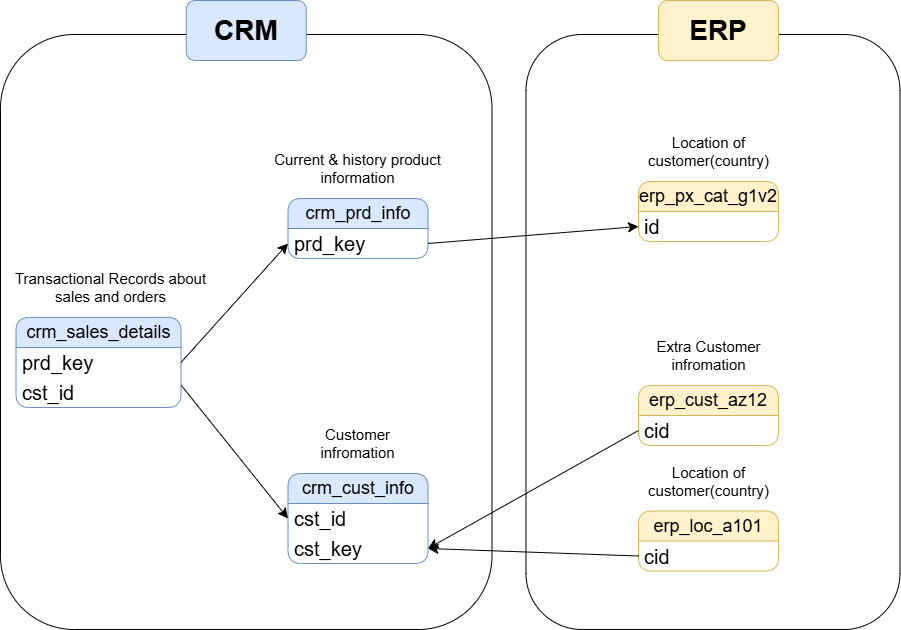
Above: Docs/Data_integration.drawio.png in Anushka-Srivastava159/SQL (draw.io), before the change. Source tidied: cells renumbered, new cells last; positions are measured from the earlier drawing's top-left corner, leaving out a move shared by most shapes. The source it was exported from:
```xml
<mxGraphModel>
  <root>
    <mxCell id="0" />
    <mxCell id="1" parent="0" />
    <mxCell id="2" value="crm_cust_info" style="swimlane;fontStyle=0;horizontal=1;startSize=30;whiteSpace=wrap;html=1;rounded=1;fontSize=18;fillColor=#dae8fc;strokeColor=#6c8ebf;" parent="1" vertex="1">
      <mxGeometry x="287.5" y="473" width="140" height="90" as="geometry" />
    </mxCell>
    <mxCell id="3" value="cst_id" style="text;strokeColor=none;fillColor=none;align=left;verticalAlign=middle;spacingLeft=4;spacingRight=4;overflow=hidden;points=[[0,0.5],[1,0.5]];portConstraint=eastwest;whiteSpace=wrap;html=1;rounded=1;fontSize=20;" parent="2" vertex="1">
      <mxGeometry y="30" width="140" height="30" as="geometry" />
    </mxCell>
    <mxCell id="4" value="cst_key" style="text;strokeColor=none;fillColor=none;align=left;verticalAlign=middle;spacingLeft=4;spacingRight=4;overflow=hidden;points=[[0,0.5],[1,0.5]];portConstraint=eastwest;whiteSpace=wrap;html=1;rounded=1;fontSize=20;" parent="2" vertex="1">
      <mxGeometry y="60" width="140" height="30" as="geometry" />
    </mxCell>
    <mxCell id="5" value="erp_cust_az12" style="swimlane;fontStyle=0;horizontal=1;startSize=30;whiteSpace=wrap;html=1;rounded=1;fontSize=18;fillColor=#fff2cc;strokeColor=#d6b656;" parent="1" vertex="1">
      <mxGeometry x="638" y="385" width="140" height="60" as="geometry" />
    </mxCell>
    <mxCell id="6" value="cid" style="text;strokeColor=none;fillColor=none;align=left;verticalAlign=middle;spacingLeft=4;spacingRight=4;overflow=hidden;points=[[0,0.5],[1,0.5]];portConstraint=eastwest;whiteSpace=wrap;html=1;rounded=1;fontSize=20;" parent="5" vertex="1">
      <mxGeometry y="30" width="140" height="30" as="geometry" />
    </mxCell>
    <mxCell id="7" value="erp_loc_a101" style="swimlane;fontStyle=0;horizontal=1;startSize=30;whiteSpace=wrap;html=1;rounded=1;fontSize=18;fillColor=#fff2cc;strokeColor=#d6b656;" parent="1" vertex="1">
      <mxGeometry x="638" y="510.5" width="140" height="60" as="geometry" />
    </mxCell>
    <mxCell id="8" value="cid" style="text;strokeColor=none;fillColor=none;align=left;verticalAlign=middle;spacingLeft=4;spacingRight=4;overflow=hidden;points=[[0,0.5],[1,0.5]];portConstraint=eastwest;whiteSpace=wrap;html=1;rounded=1;fontSize=20;" parent="7" vertex="1">
      <mxGeometry y="30" width="140" height="30" as="geometry" />
    </mxCell>
    <mxCell id="9" value="erp_px_cat_g1v2" style="swimlane;fontStyle=0;horizontal=1;startSize=30;whiteSpace=wrap;html=1;rounded=1;fontSize=18;fillColor=#fff2cc;strokeColor=#d6b656;" parent="1" vertex="1">
      <mxGeometry x="638" y="181" width="140" height="60" as="geometry" />
    </mxCell>
    <mxCell id="10" value="id" style="text;strokeColor=none;fillColor=none;align=left;verticalAlign=middle;spacingLeft=4;spacingRight=4;overflow=hidden;points=[[0,0.5],[1,0.5]];portConstraint=eastwest;whiteSpace=wrap;html=1;rounded=1;fontSize=20;" parent="9" vertex="1">
      <mxGeometry y="30" width="140" height="30" as="geometry" />
    </mxCell>
    <mxCell id="11" value="&lt;font style=&quot;font-size: 15px;&quot;&gt;Customer infromation&lt;/font&gt;" style="text;html=1;whiteSpace=wrap;strokeColor=none;fillColor=none;align=center;verticalAlign=middle;rounded=0;" parent="1" vertex="1">
      <mxGeometry x="298" y="428" width="119" height="30" as="geometry" />
    </mxCell>
    <mxCell id="12" value="&lt;font style=&quot;font-size: 15px;&quot;&gt;Extra Customer infromation&lt;/font&gt;" style="text;html=1;whiteSpace=wrap;strokeColor=none;fillColor=none;align=center;verticalAlign=middle;rounded=0;" parent="1" vertex="1">
      <mxGeometry x="648.5" y="340" width="119" height="30" as="geometry" />
    </mxCell>
    <mxCell id="13" value="&lt;font style=&quot;font-size: 15px;&quot;&gt;Location of customer(country)&lt;/font&gt;" style="text;html=1;whiteSpace=wrap;strokeColor=none;fillColor=none;align=center;verticalAlign=middle;rounded=0;" parent="1" vertex="1">
      <mxGeometry x="648.5" y="465.5" width="119" height="30" as="geometry" />
    </mxCell>
    <mxCell id="14" value="&lt;font style=&quot;font-size: 15px;&quot;&gt;Location of customer(country)&lt;/font&gt;" style="text;html=1;whiteSpace=wrap;strokeColor=none;fillColor=none;align=center;verticalAlign=middle;rounded=0;" parent="1" vertex="1">
      <mxGeometry x="648.5" y="136" width="119" height="30" as="geometry" />
    </mxCell>
    <mxCell id="15" value="crm_prd_info" style="swimlane;fontStyle=0;horizontal=1;startSize=30;whiteSpace=wrap;html=1;rounded=1;fontSize=18;fillColor=#dae8fc;strokeColor=#6c8ebf;" parent="1" vertex="1">
      <mxGeometry x="287.5" y="198" width="140" height="60" as="geometry" />
    </mxCell>
    <mxCell id="16" value="prd_key" style="text;strokeColor=none;fillColor=none;align=left;verticalAlign=middle;spacingLeft=4;spacingRight=4;overflow=hidden;points=[[0,0.5],[1,0.5]];portConstraint=eastwest;whiteSpace=wrap;html=1;rounded=1;fontSize=20;" parent="15" vertex="1">
      <mxGeometry y="30" width="140" height="30" as="geometry" />
    </mxCell>
    <mxCell id="17" value="&lt;font style=&quot;font-size: 15px;&quot;&gt;Current &amp;amp; history product information&lt;/font&gt;" style="text;html=1;whiteSpace=wrap;strokeColor=none;fillColor=none;align=center;verticalAlign=middle;rounded=0;" parent="1" vertex="1">
      <mxGeometry x="247" y="153" width="221" height="30" as="geometry" />
    </mxCell>
    <mxCell id="18" style="edgeStyle=none;curved=1;rounded=0;jettySize=auto;html=1;exitX=1;exitY=0.75;exitDx=0;exitDy=0;entryX=0;entryY=0.5;entryDx=0;entryDy=0;fontSize=12;startSize=8;endSize=8;" parent="1" edge="1" source="19" target="3">
      <mxGeometry relative="1" as="geometry" />
    </mxCell>
    <mxCell id="19" value="crm_sales_details" style="swimlane;fontStyle=0;horizontal=1;startSize=30;whiteSpace=wrap;html=1;rounded=1;fontSize=18;fillColor=#dae8fc;strokeColor=#6c8ebf;" parent="1" vertex="1">
      <mxGeometry x="15.5" y="317" width="165" height="90" as="geometry" />
    </mxCell>
    <mxCell id="20" value="prd_key" style="text;strokeColor=none;fillColor=none;align=left;verticalAlign=middle;spacingLeft=4;spacingRight=4;overflow=hidden;points=[[0,0.5],[1,0.5]];portConstraint=eastwest;whiteSpace=wrap;html=1;rounded=1;fontSize=20;" parent="19" vertex="1">
      <mxGeometry y="30" width="165" height="30" as="geometry" />
    </mxCell>
    <mxCell id="21" value="cst_id" style="text;strokeColor=none;fillColor=none;align=left;verticalAlign=middle;spacingLeft=4;spacingRight=4;overflow=hidden;points=[[0,0.5],[1,0.5]];portConstraint=eastwest;whiteSpace=wrap;html=1;rounded=1;fontSize=20;" parent="19" vertex="1">
      <mxGeometry y="60" width="165" height="30" as="geometry" />
    </mxCell>
    <mxCell id="22" value="&lt;font style=&quot;font-size: 15px;&quot;&gt;Transactional Records about sales and orders&lt;/font&gt;" style="text;html=1;whiteSpace=wrap;strokeColor=none;fillColor=none;align=center;verticalAlign=middle;rounded=0;" parent="1" vertex="1">
      <mxGeometry y="272" width="221" height="30" as="geometry" />
    </mxCell>
    <mxCell id="23" style="edgeStyle=none;curved=1;rounded=0;jettySize=auto;html=1;exitX=1;exitY=0.5;exitDx=0;exitDy=0;entryX=0;entryY=0.5;entryDx=0;entryDy=0;fontSize=12;startSize=8;endSize=8;" parent="1" edge="1" source="20" target="16">
      <mxGeometry relative="1" as="geometry" />
    </mxCell>
    <mxCell id="24" style="edgeStyle=none;curved=1;rounded=0;jettySize=auto;html=1;exitX=0;exitY=0.5;exitDx=0;exitDy=0;entryX=1;entryY=0.5;entryDx=0;entryDy=0;fontSize=12;startSize=8;endSize=8;" parent="1" edge="1" source="6" target="4">
      <mxGeometry relative="1" as="geometry" />
    </mxCell>
    <mxCell id="25" style="edgeStyle=none;curved=1;rounded=0;jettySize=auto;html=1;exitX=0;exitY=0.5;exitDx=0;exitDy=0;entryX=1;entryY=0.5;entryDx=0;entryDy=0;fontSize=12;startSize=8;endSize=8;" parent="1" edge="1" source="8" target="4">
      <mxGeometry relative="1" as="geometry" />
    </mxCell>
    <mxCell id="26" style="edgeStyle=none;curved=1;rounded=0;jettySize=auto;html=1;exitX=1;exitY=0.5;exitDx=0;exitDy=0;entryX=0;entryY=0.5;entryDx=0;entryDy=0;fontSize=12;startSize=8;endSize=8;" parent="1" edge="1" source="16" target="10">
      <mxGeometry relative="1" as="geometry" />
    </mxCell>
    <mxCell id="27" style="rounded=1;whiteSpace=wrap;html=1;fillColor=none;" parent="1" vertex="1">
      <mxGeometry y="34" width="491.5" height="595" as="geometry" />
    </mxCell>
    <mxCell id="28" style="rounded=1;whiteSpace=wrap;html=1;fillColor=none;" parent="1" vertex="1">
      <mxGeometry x="525.5" y="34" width="374" height="595" as="geometry" />
    </mxCell>
    <mxCell id="29" value="CRM" style="rounded=1;whiteSpace=wrap;html=1;fillColor=#dae8fc;strokeColor=#6c8ebf;fontSize=28;fontStyle=1;" parent="1" vertex="1">
      <mxGeometry x="185.8" width="120" height="60" as="geometry" />
    </mxCell>
    <mxCell id="30" value="ERP" style="rounded=1;whiteSpace=wrap;html=1;fillColor=#fff2cc;strokeColor=#d6b656;fontSize=28;fontStyle=1;" parent="1" vertex="1">
      <mxGeometry x="658" width="120" height="60" as="geometry" />
    </mxCell>
  </root>
</mxGraphModel>
```
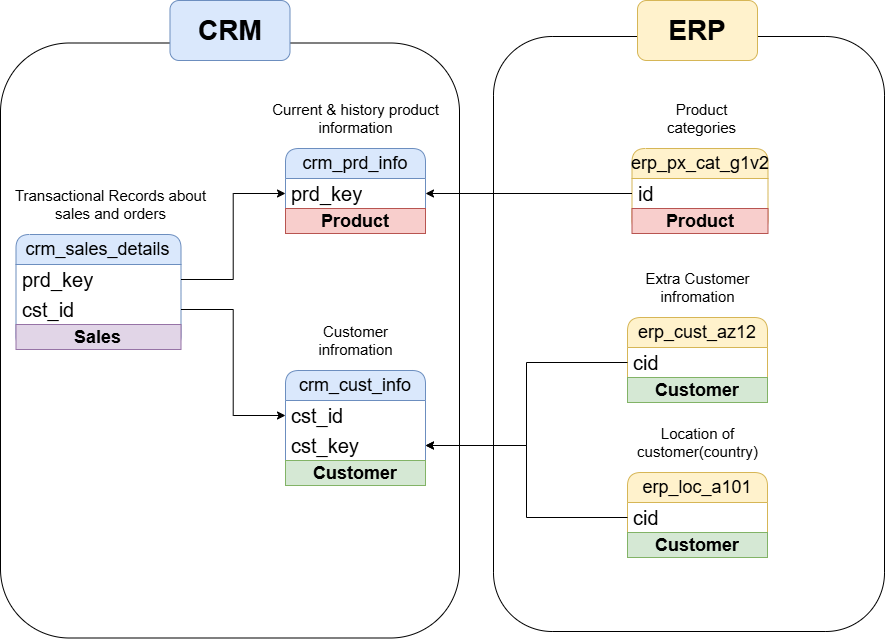
The same diagram one commit later.

Commit message:
Update Data integration model.drawio.png

Change to the diagram source:
```diff
@@ -3,7 +3,7 @@
     <mxCell id="0" />
     <mxCell id="1" parent="0" />
     <mxCell id="2" value="crm_cust_info" style="swimlane;fontStyle=0;horizontal=1;startSize=30;whiteSpace=wrap;html=1;rounded=1;fontSize=18;fillColor=#dae8fc;strokeColor=#6c8ebf;" parent="1" vertex="1">
-      <mxGeometry x="287.5" y="473" width="140" height="90" as="geometry" />
+      <mxGeometry x="285" y="370" width="140" height="115" as="geometry" />
     </mxCell>
     <mxCell id="3" value="cst_id" style="text;strokeColor=none;fillColor=none;align=left;verticalAlign=middle;spacingLeft=4;spacingRight=4;overflow=hidden;points=[[0,0.5],[1,0.5]];portConstraint=eastwest;whiteSpace=wrap;html=1;rounded=1;fontSize=20;" parent="2" vertex="1">
       <mxGeometry y="30" width="140" height="30" as="geometry" />
@@ -11,50 +11,62 @@
     <mxCell id="4" value="cst_key" style="text;strokeColor=none;fillColor=none;align=left;verticalAlign=middle;spacingLeft=4;spacingRight=4;overflow=hidden;points=[[0,0.5],[1,0.5]];portConstraint=eastwest;whiteSpace=wrap;html=1;rounded=1;fontSize=20;" parent="2" vertex="1">
       <mxGeometry y="60" width="140" height="30" as="geometry" />
     </mxCell>
+    <mxCell id="31" value="Customer" style="text;html=1;strokeColor=#82b366;fillColor=#d5e8d4;align=center;verticalAlign=middle;whiteSpace=wrap;overflow=hidden;fontStyle=1;fontSize=18;" parent="2" vertex="1">
+      <mxGeometry y="90" width="140" height="25" as="geometry" />
+    </mxCell>
     <mxCell id="5" value="erp_cust_az12" style="swimlane;fontStyle=0;horizontal=1;startSize=30;whiteSpace=wrap;html=1;rounded=1;fontSize=18;fillColor=#fff2cc;strokeColor=#d6b656;" parent="1" vertex="1">
-      <mxGeometry x="638" y="385" width="140" height="60" as="geometry" />
+      <mxGeometry x="627" y="317" width="140" height="85" as="geometry" />
     </mxCell>
     <mxCell id="6" value="cid" style="text;strokeColor=none;fillColor=none;align=left;verticalAlign=middle;spacingLeft=4;spacingRight=4;overflow=hidden;points=[[0,0.5],[1,0.5]];portConstraint=eastwest;whiteSpace=wrap;html=1;rounded=1;fontSize=20;" parent="5" vertex="1">
       <mxGeometry y="30" width="140" height="30" as="geometry" />
     </mxCell>
+    <mxCell id="32" value="Customer" style="text;html=1;strokeColor=#82b366;fillColor=#d5e8d4;align=center;verticalAlign=middle;whiteSpace=wrap;overflow=hidden;fontStyle=1;fontSize=18;" parent="5" vertex="1">
+      <mxGeometry y="60" width="140" height="25" as="geometry" />
+    </mxCell>
     <mxCell id="7" value="erp_loc_a101" style="swimlane;fontStyle=0;horizontal=1;startSize=30;whiteSpace=wrap;html=1;rounded=1;fontSize=18;fillColor=#fff2cc;strokeColor=#d6b656;" parent="1" vertex="1">
-      <mxGeometry x="638" y="510.5" width="140" height="60" as="geometry" />
+      <mxGeometry x="627" y="472" width="140" height="85" as="geometry" />
     </mxCell>
     <mxCell id="8" value="cid" style="text;strokeColor=none;fillColor=none;align=left;verticalAlign=middle;spacingLeft=4;spacingRight=4;overflow=hidden;points=[[0,0.5],[1,0.5]];portConstraint=eastwest;whiteSpace=wrap;html=1;rounded=1;fontSize=20;" parent="7" vertex="1">
       <mxGeometry y="30" width="140" height="30" as="geometry" />
     </mxCell>
+    <mxCell id="33" value="Customer" style="text;html=1;strokeColor=#82b366;fillColor=#d5e8d4;align=center;verticalAlign=middle;whiteSpace=wrap;overflow=hidden;fontStyle=1;fontSize=18;" parent="7" vertex="1">
+      <mxGeometry y="60" width="140" height="25" as="geometry" />
+    </mxCell>
     <mxCell id="9" value="erp_px_cat_g1v2" style="swimlane;fontStyle=0;horizontal=1;startSize=30;whiteSpace=wrap;html=1;rounded=1;fontSize=18;fillColor=#fff2cc;strokeColor=#d6b656;" parent="1" vertex="1">
-      <mxGeometry x="638" y="181" width="140" height="60" as="geometry" />
+      <mxGeometry x="631.5" y="148" width="136" height="85" as="geometry" />
     </mxCell>
     <mxCell id="10" value="id" style="text;strokeColor=none;fillColor=none;align=left;verticalAlign=middle;spacingLeft=4;spacingRight=4;overflow=hidden;points=[[0,0.5],[1,0.5]];portConstraint=eastwest;whiteSpace=wrap;html=1;rounded=1;fontSize=20;" parent="9" vertex="1">
-      <mxGeometry y="30" width="140" height="30" as="geometry" />
+      <mxGeometry y="30" width="136" height="30" as="geometry" />
     </mxCell>
+    <mxCell id="34" value="Product" style="text;html=1;strokeColor=#b85450;fillColor=#f8cecc;align=center;verticalAlign=middle;whiteSpace=wrap;overflow=hidden;fontStyle=1;fontSize=18;" parent="9" vertex="1">
+      <mxGeometry y="60" width="136" height="25" as="geometry" />
+    </mxCell>
     <mxCell id="11" value="&lt;font style=&quot;font-size: 15px;&quot;&gt;Customer infromation&lt;/font&gt;" style="text;html=1;whiteSpace=wrap;strokeColor=none;fillColor=none;align=center;verticalAlign=middle;rounded=0;" parent="1" vertex="1">
-      <mxGeometry x="298" y="428" width="119" height="30" as="geometry" />
+      <mxGeometry x="295.5" y="325" width="119" height="30" as="geometry" />
     </mxCell>
     <mxCell id="12" value="&lt;font style=&quot;font-size: 15px;&quot;&gt;Extra Customer infromation&lt;/font&gt;" style="text;html=1;whiteSpace=wrap;strokeColor=none;fillColor=none;align=center;verticalAlign=middle;rounded=0;" parent="1" vertex="1">
-      <mxGeometry x="648.5" y="340" width="119" height="30" as="geometry" />
+      <mxGeometry x="637.5" y="272" width="119" height="30" as="geometry" />
     </mxCell>
     <mxCell id="13" value="&lt;font style=&quot;font-size: 15px;&quot;&gt;Location of customer(country)&lt;/font&gt;" style="text;html=1;whiteSpace=wrap;strokeColor=none;fillColor=none;align=center;verticalAlign=middle;rounded=0;" parent="1" vertex="1">
-      <mxGeometry x="648.5" y="465.5" width="119" height="30" as="geometry" />
+      <mxGeometry x="637.5" y="427" width="119" height="30" as="geometry" />
     </mxCell>
-    <mxCell id="14" value="&lt;font style=&quot;font-size: 15px;&quot;&gt;Location of customer(country)&lt;/font&gt;" style="text;html=1;whiteSpace=wrap;strokeColor=none;fillColor=none;align=center;verticalAlign=middle;rounded=0;" parent="1" vertex="1">
-      <mxGeometry x="648.5" y="136" width="119" height="30" as="geometry" />
+    <mxCell id="14" value="&lt;font style=&quot;font-size: 15px;&quot;&gt;Product categories&lt;/font&gt;" style="text;html=1;whiteSpace=wrap;strokeColor=none;fillColor=none;align=center;verticalAlign=middle;rounded=0;" parent="1" vertex="1">
+      <mxGeometry x="642" y="103" width="119" height="30" as="geometry" />
     </mxCell>
     <mxCell id="15" value="crm_prd_info" style="swimlane;fontStyle=0;horizontal=1;startSize=30;whiteSpace=wrap;html=1;rounded=1;fontSize=18;fillColor=#dae8fc;strokeColor=#6c8ebf;" parent="1" vertex="1">
-      <mxGeometry x="287.5" y="198" width="140" height="60" as="geometry" />
+      <mxGeometry x="285" y="148" width="140" height="85" as="geometry" />
     </mxCell>
     <mxCell id="16" value="prd_key" style="text;strokeColor=none;fillColor=none;align=left;verticalAlign=middle;spacingLeft=4;spacingRight=4;overflow=hidden;points=[[0,0.5],[1,0.5]];portConstraint=eastwest;whiteSpace=wrap;html=1;rounded=1;fontSize=20;" parent="15" vertex="1">
       <mxGeometry y="30" width="140" height="30" as="geometry" />
     </mxCell>
+    <mxCell id="35" value="Product" style="text;html=1;strokeColor=#b85450;fillColor=#f8cecc;align=center;verticalAlign=middle;whiteSpace=wrap;overflow=hidden;fontStyle=1;fontSize=18;" parent="15" vertex="1">
+      <mxGeometry y="60" width="140" height="25" as="geometry" />
+    </mxCell>
     <mxCell id="17" value="&lt;font style=&quot;font-size: 15px;&quot;&gt;Current &amp;amp; history product information&lt;/font&gt;" style="text;html=1;whiteSpace=wrap;strokeColor=none;fillColor=none;align=center;verticalAlign=middle;rounded=0;" parent="1" vertex="1">
-      <mxGeometry x="247" y="153" width="221" height="30" as="geometry" />
+      <mxGeometry x="244.5" y="103" width="221" height="30" as="geometry" />
     </mxCell>
-    <mxCell id="18" style="edgeStyle=none;curved=1;rounded=0;jettySize=auto;html=1;exitX=1;exitY=0.75;exitDx=0;exitDy=0;entryX=0;entryY=0.5;entryDx=0;entryDy=0;fontSize=12;startSize=8;endSize=8;" parent="1" edge="1" source="19" target="3">
-      <mxGeometry relative="1" as="geometry" />
-    </mxCell>
     <mxCell id="19" value="crm_sales_details" style="swimlane;fontStyle=0;horizontal=1;startSize=30;whiteSpace=wrap;html=1;rounded=1;fontSize=18;fillColor=#dae8fc;strokeColor=#6c8ebf;" parent="1" vertex="1">
-      <mxGeometry x="15.5" y="317" width="165" height="90" as="geometry" />
+      <mxGeometry x="15.5" y="234" width="165" height="115" as="geometry" />
     </mxCell>
     <mxCell id="20" value="prd_key" style="text;strokeColor=none;fillColor=none;align=left;verticalAlign=middle;spacingLeft=4;spacingRight=4;overflow=hidden;points=[[0,0.5],[1,0.5]];portConstraint=eastwest;whiteSpace=wrap;html=1;rounded=1;fontSize=20;" parent="19" vertex="1">
       <mxGeometry y="30" width="165" height="30" as="geometry" />
@@ -62,32 +74,38 @@
     <mxCell id="21" value="cst_id" style="text;strokeColor=none;fillColor=none;align=left;verticalAlign=middle;spacingLeft=4;spacingRight=4;overflow=hidden;points=[[0,0.5],[1,0.5]];portConstraint=eastwest;whiteSpace=wrap;html=1;rounded=1;fontSize=20;" parent="19" vertex="1">
       <mxGeometry y="60" width="165" height="30" as="geometry" />
     </mxCell>
+    <mxCell id="36" value="Sales" style="text;html=1;strokeColor=#9673a6;fillColor=#e1d5e7;align=center;verticalAlign=middle;whiteSpace=wrap;overflow=hidden;fontStyle=1;fontSize=18;" parent="19" vertex="1">
+      <mxGeometry y="90" width="165" height="25" as="geometry" />
+    </mxCell>
     <mxCell id="22" value="&lt;font style=&quot;font-size: 15px;&quot;&gt;Transactional Records about sales and orders&lt;/font&gt;" style="text;html=1;whiteSpace=wrap;strokeColor=none;fillColor=none;align=center;verticalAlign=middle;rounded=0;" parent="1" vertex="1">
-      <mxGeometry y="272" width="221" height="30" as="geometry" />
+      <mxGeometry y="189" width="221" height="30" as="geometry" />
     </mxCell>
-    <mxCell id="23" style="edgeStyle=none;curved=1;rounded=0;jettySize=auto;html=1;exitX=1;exitY=0.5;exitDx=0;exitDy=0;entryX=0;entryY=0.5;entryDx=0;entryDy=0;fontSize=12;startSize=8;endSize=8;" parent="1" edge="1" source="20" target="16">
-      <mxGeometry relative="1" as="geometry" />
-    </mxCell>
-    <mxCell id="24" style="edgeStyle=none;curved=1;rounded=0;jettySize=auto;html=1;exitX=0;exitY=0.5;exitDx=0;exitDy=0;entryX=1;entryY=0.5;entryDx=0;entryDy=0;fontSize=12;startSize=8;endSize=8;" parent="1" edge="1" source="6" target="4">
-      <mxGeometry relative="1" as="geometry" />
-    </mxCell>
-    <mxCell id="25" style="edgeStyle=none;curved=1;rounded=0;jettySize=auto;html=1;exitX=0;exitY=0.5;exitDx=0;exitDy=0;entryX=1;entryY=0.5;entryDx=0;entryDy=0;fontSize=12;startSize=8;endSize=8;" parent="1" edge="1" source="8" target="4">
-      <mxGeometry relative="1" as="geometry" />
-    </mxCell>
-    <mxCell id="26" style="edgeStyle=none;curved=1;rounded=0;jettySize=auto;html=1;exitX=1;exitY=0.5;exitDx=0;exitDy=0;entryX=0;entryY=0.5;entryDx=0;entryDy=0;fontSize=12;startSize=8;endSize=8;" parent="1" edge="1" source="16" target="10">
-      <mxGeometry relative="1" as="geometry" />
-    </mxCell>
     <mxCell id="27" style="rounded=1;whiteSpace=wrap;html=1;fillColor=none;" parent="1" vertex="1">
-      <mxGeometry y="34" width="491.5" height="595" as="geometry" />
+      <mxGeometry y="42.5" width="459" height="595" as="geometry" />
     </mxCell>
     <mxCell id="28" style="rounded=1;whiteSpace=wrap;html=1;fillColor=none;" parent="1" vertex="1">
-      <mxGeometry x="525.5" y="34" width="374" height="595" as="geometry" />
+      <mxGeometry x="493" y="36" width="391" height="595" as="geometry" />
     </mxCell>
     <mxCell id="29" value="CRM" style="rounded=1;whiteSpace=wrap;html=1;fillColor=#dae8fc;strokeColor=#6c8ebf;fontSize=28;fontStyle=1;" parent="1" vertex="1">
-      <mxGeometry x="185.8" width="120" height="60" as="geometry" />
+      <mxGeometry x="169.5" width="120" height="60" as="geometry" />
     </mxCell>
     <mxCell id="30" value="ERP" style="rounded=1;whiteSpace=wrap;html=1;fillColor=#fff2cc;strokeColor=#d6b656;fontSize=28;fontStyle=1;" parent="1" vertex="1">
-      <mxGeometry x="658" width="120" height="60" as="geometry" />
+      <mxGeometry x="637" width="120" height="60" as="geometry" />
     </mxCell>
+    <mxCell id="23" style="edgeStyle=orthogonalEdgeStyle;rounded=0;jettySize=auto;html=1;exitX=1;exitY=0.5;exitDx=0;exitDy=0;entryX=0;entryY=0.5;entryDx=0;entryDy=0;" parent="1" edge="1" source="20" target="16">
+      <mxGeometry relative="1" as="geometry" />
+    </mxCell>
+    <mxCell id="37" style="edgeStyle=orthogonalEdgeStyle;rounded=0;jettySize=auto;html=1;exitX=1;exitY=0.5;exitDx=0;exitDy=0;entryX=0;entryY=0.5;entryDx=0;entryDy=0;" parent="1" edge="1" source="21" target="3">
+      <mxGeometry relative="1" as="geometry" />
+    </mxCell>
+    <mxCell id="24" style="edgeStyle=orthogonalEdgeStyle;rounded=0;jettySize=auto;html=1;exitX=0;exitY=0.5;exitDx=0;exitDy=0;entryX=1;entryY=0.5;entryDx=0;entryDy=0;" parent="1" edge="1" source="6" target="4">
+      <mxGeometry relative="1" as="geometry" />
+    </mxCell>
+    <mxCell id="25" style="edgeStyle=orthogonalEdgeStyle;rounded=0;jettySize=auto;html=1;exitX=0;exitY=0.5;exitDx=0;exitDy=0;entryX=1;entryY=0.5;entryDx=0;entryDy=0;" parent="1" edge="1" source="8" target="4">
+      <mxGeometry relative="1" as="geometry" />
+    </mxCell>
+    <mxCell id="38" style="edgeStyle=orthogonalEdgeStyle;rounded=0;jettySize=auto;html=1;exitX=0;exitY=0.5;exitDx=0;exitDy=0;entryX=1;entryY=0.5;entryDx=0;entryDy=0;" parent="1" edge="1" source="10" target="16">
+      <mxGeometry relative="1" as="geometry" />
+    </mxCell>
   </root>
 </mxGraphModel>
```
